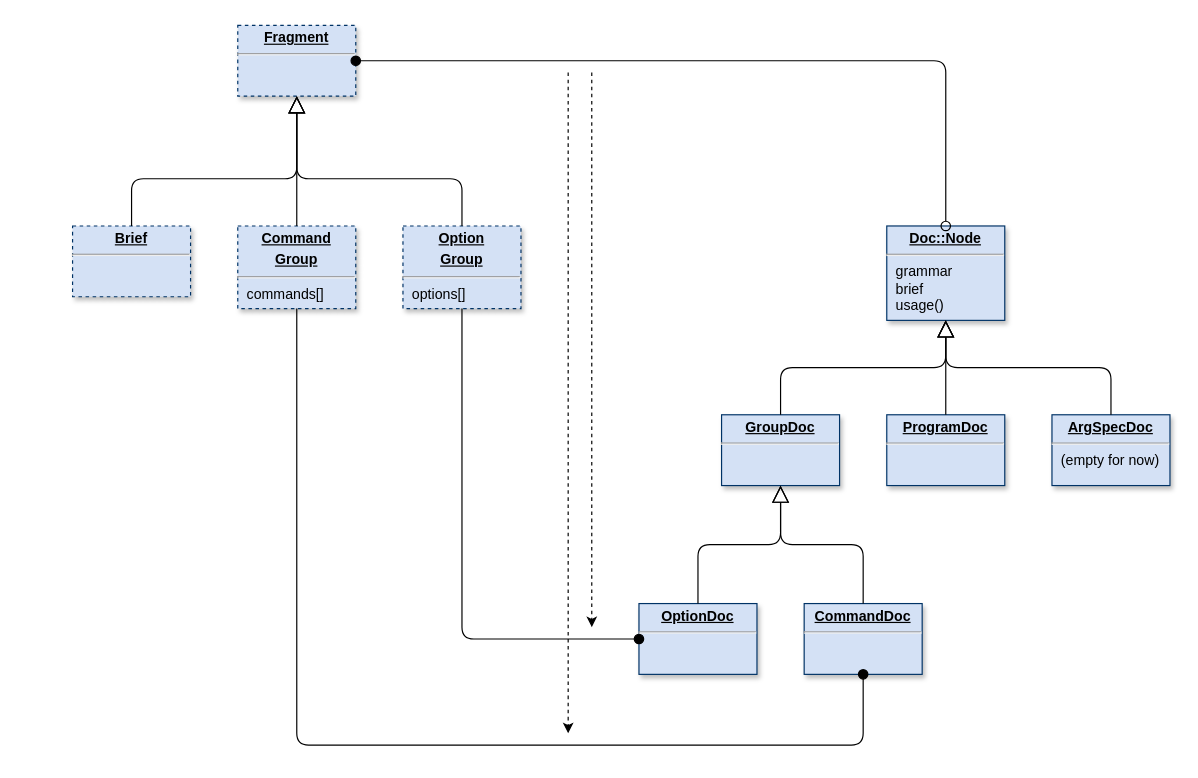
clrgit/shellopts keeps this draw.io diagram as page "Doc" (3 of 4) of doc/diagram.drawio. Above is the earlier version. Source tidied: cells renumbered, new cells numbered last; positions are measured from the earlier drawing's top-left corner, leaving out a move shared by most shapes. Both pictures are drawn from the tidied source at 118%, with x=0, y=0 at pixel (72, 25).
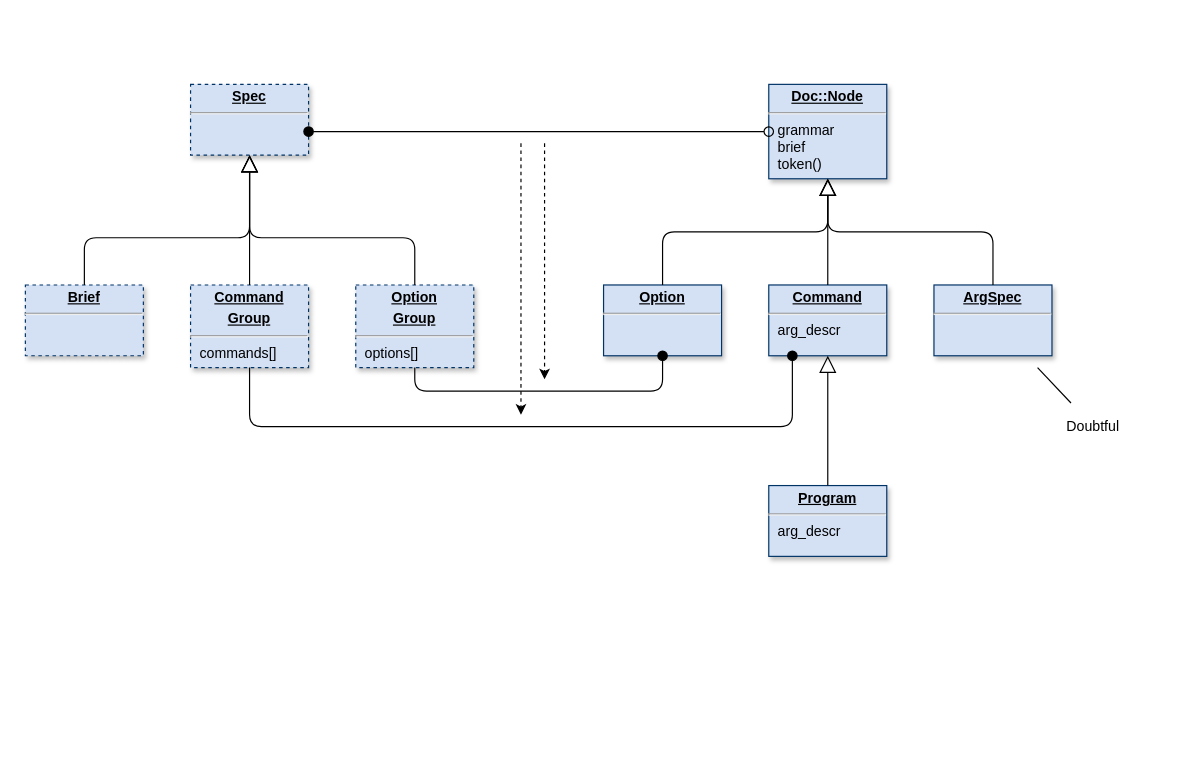
The same diagram, later.

Diff of the diagram source:
```diff
@@
+    <mxCell id="13" value="&lt;p style=&quot;margin: 0px ; margin-top: 4px ; text-align: center ; text-decoration: underline&quot;&gt;&lt;b&gt;Option&lt;/b&gt;&lt;/p&gt;&lt;hr&gt;&lt;p style=&quot;margin: 0px ; margin-left: 8px&quot;&gt;&lt;br&gt;&lt;/p&gt;" style="verticalAlign=top;align=left;overflow=fill;fontSize=12;fontFamily=Helvetica;html=1;shadow=1;strokeColor=#003366;fillColor=#D4E1F5;" parent="1" vertex="1">
+      <mxGeometry x="450" y="220" width="100" height="60" as="geometry" />
+    </mxCell>
+    <mxCell id="14" value="&lt;p style=&quot;margin: 0px ; margin-top: 4px ; text-align: center ; text-decoration: underline&quot;&gt;&lt;b&gt;Command&lt;/b&gt;&lt;/p&gt;&lt;hr&gt;&lt;p style=&quot;margin: 0px ; margin-left: 8px&quot;&gt;arg_descr&lt;/p&gt;" style="verticalAlign=top;align=left;overflow=fill;fontSize=12;fontFamily=Helvetica;html=1;shadow=1;strokeColor=#003366;fillColor=#D4E1F5;" parent="1" vertex="1">
+      <mxGeometry x="590" y="220" width="100" height="60" as="geometry" />
+    </mxCell>
-    <mxCell id="2" value="&lt;p style=&quot;margin: 0px ; margin-top: 4px ; text-align: center ; text-decoration: underline&quot;&gt;&lt;b&gt;Fragment&lt;/b&gt;&lt;/p&gt;&lt;hr&gt;&lt;p style=&quot;margin: 0px ; margin-left: 8px&quot;&gt;&lt;br&gt;&lt;/p&gt;" style="verticalAlign=top;align=left;overflow=fill;fontSize=12;fontFamily=Helvetica;html=1;shadow=1;strokeColor=#003366;fillColor=#D4E1F5;dashed=1;" parent="1" vertex="1">
-      <mxGeometry x="140" width="100" height="60" as="geometry" />
+    <mxCell id="2" value="&lt;p style=&quot;margin: 0px ; margin-top: 4px ; text-align: center ; text-decoration: underline&quot;&gt;&lt;b&gt;Spec&lt;/b&gt;&lt;/p&gt;&lt;hr&gt;&lt;p style=&quot;margin: 0px ; margin-left: 8px&quot;&gt;&lt;br&gt;&lt;/p&gt;" style="verticalAlign=top;align=left;overflow=fill;fontSize=12;fontFamily=Helvetica;html=1;shadow=1;strokeColor=#003366;fillColor=#D4E1F5;dashed=1;" parent="1" vertex="1">
+      <mxGeometry x="100" y="50" width="100" height="60" as="geometry" />
     </mxCell>
     <mxCell id="3" value="&lt;p style=&quot;margin: 0px ; margin-top: 4px ; text-align: center ; text-decoration: underline&quot;&gt;&lt;b&gt;Brief&lt;/b&gt;&lt;/p&gt;&lt;hr&gt;&lt;p style=&quot;margin: 0px ; margin-left: 8px&quot;&gt;&lt;br&gt;&lt;/p&gt;" style="verticalAlign=top;align=left;overflow=fill;fontSize=12;fontFamily=Helvetica;html=1;shadow=1;strokeColor=#003366;fillColor=#D4E1F5;dashed=1;" parent="1" vertex="1">
-      <mxGeometry y="170" width="100" height="60" as="geometry" />
+      <mxGeometry x="-40" y="220" width="100" height="60" as="geometry" />
     </mxCell>
     <mxCell id="4" value="&lt;p style=&quot;margin: 0px ; margin-top: 4px ; text-align: center ; text-decoration: underline&quot;&gt;&lt;b&gt;Option&lt;/b&gt;&lt;/p&gt;&lt;p style=&quot;margin: 0px ; margin-top: 4px ; text-align: center ; text-decoration: underline&quot;&gt;&lt;b&gt;Group&lt;/b&gt;&lt;/p&gt;&lt;hr&gt;&lt;p style=&quot;margin: 0px ; margin-left: 8px&quot;&gt;options[]&lt;/p&gt;" style="verticalAlign=top;align=left;overflow=fill;fontSize=12;fontFamily=Helvetica;html=1;shadow=1;strokeColor=#003366;fillColor=#D4E1F5;dashed=1;" parent="1" vertex="1">
-      <mxGeometry x="280" y="170" width="100" height="70" as="geometry" />
+      <mxGeometry x="240" y="220" width="100" height="70" as="geometry" />
     </mxCell>
     <mxCell id="5" value="&lt;p style=&quot;margin: 0px ; margin-top: 4px ; text-align: center ; text-decoration: underline&quot;&gt;&lt;b&gt;Command&lt;/b&gt;&lt;/p&gt;&lt;p style=&quot;margin: 0px ; margin-top: 4px ; text-align: center ; text-decoration: underline&quot;&gt;&lt;b&gt;Group&lt;/b&gt;&lt;/p&gt;&lt;hr&gt;&lt;p style=&quot;margin: 0px ; margin-left: 8px&quot;&gt;commands[]&lt;/p&gt;" style="verticalAlign=top;align=left;overflow=fill;fontSize=12;fontFamily=Helvetica;html=1;shadow=1;strokeColor=#003366;fillColor=#D4E1F5;dashed=1;" parent="1" vertex="1">
-      <mxGeometry x="140" y="170" width="100" height="70" as="geometry" />
+      <mxGeometry x="100" y="220" width="100" height="70" as="geometry" />
     </mxCell>
     <mxCell id="6" style="endArrow=block;endFill=0;endSize=12;html=1;edgeStyle=orthogonalEdgeStyle;" parent="1" edge="1" source="5" target="2">
       <mxGeometry relative="1" as="geometry">
         <Array as="points">
-          <mxPoint x="190" y="150" />
-          <mxPoint x="190" y="150" />
+          <mxPoint x="150" y="200" />
+          <mxPoint x="150" y="200" />
         </Array>
       </mxGeometry>
     </mxCell>
     <mxCell id="7" style="endArrow=block;endFill=0;endSize=12;html=1;edgeStyle=orthogonalEdgeStyle;" parent="1" edge="1" source="4" target="2">
       <mxGeometry relative="1" as="geometry">
         <Array as="points">
-          <mxPoint x="330" y="130" />
-          <mxPoint x="190" y="130" />
+          <mxPoint x="290" y="180" />
+          <mxPoint x="150" y="180" />
         </Array>
       </mxGeometry>
     </mxCell>
     <mxCell id="8" style="endArrow=block;endFill=0;endSize=12;html=1;edgeStyle=orthogonalEdgeStyle;labelBackgroundColor=#FFFFFF;" parent="1" edge="1" source="3" target="2">
       <mxGeometry relative="1" as="geometry">
         <Array as="points">
-          <mxPoint x="50" y="130" />
-          <mxPoint x="190" y="130" />
+          <mxPoint x="10" y="180" />
+          <mxPoint x="150" y="180" />
         </Array>
       </mxGeometry>
     </mxCell>
-    <mxCell id="9" value="&lt;p style=&quot;margin: 0px ; margin-top: 4px ; text-align: center ; text-decoration: underline&quot;&gt;&lt;b&gt;Doc::Node&lt;/b&gt;&lt;/p&gt;&lt;hr&gt;&lt;p style=&quot;margin: 0px ; margin-left: 8px&quot;&gt;grammar&lt;/p&gt;&lt;p style=&quot;margin: 0px ; margin-left: 8px&quot;&gt;brief&lt;/p&gt;&lt;p style=&quot;margin: 0px ; margin-left: 8px&quot;&gt;usage()&lt;/p&gt;" style="verticalAlign=top;align=left;overflow=fill;fontSize=12;fontFamily=Helvetica;html=1;shadow=1;strokeColor=#003366;fillColor=#D4E1F5;" parent="1" vertex="1">
-      <mxGeometry x="690" y="170" width="100" height="80" as="geometry" />
+    <mxCell id="9" value="&lt;p style=&quot;margin: 0px ; margin-top: 4px ; text-align: center ; text-decoration: underline&quot;&gt;&lt;b&gt;Doc::Node&lt;/b&gt;&lt;/p&gt;&lt;hr&gt;&lt;p style=&quot;margin: 0px ; margin-left: 8px&quot;&gt;grammar&lt;/p&gt;&lt;p style=&quot;margin: 0px ; margin-left: 8px&quot;&gt;brief&lt;/p&gt;&lt;p style=&quot;margin: 0px ; margin-left: 8px&quot;&gt;token()&lt;/p&gt;" style="verticalAlign=top;align=left;overflow=fill;fontSize=12;fontFamily=Helvetica;html=1;shadow=1;strokeColor=#003366;fillColor=#D4E1F5;" parent="1" vertex="1">
+      <mxGeometry x="590" y="50" width="100" height="80" as="geometry" />
     </mxCell>
     <mxCell id="10" style="endArrow=oval;endSize=8;startArrow=oval;startSize=8;startFill=0;edgeStyle=orthogonalEdgeStyle;html=1;endFill=1;labelBackgroundColor=#FFFFFF;" parent="1" edge="1" source="9" target="2">
-      <mxGeometry x="1770" y="335" as="geometry">
+      <mxGeometry x="1730" y="215" as="geometry">
         <Array as="points">
-          <mxPoint x="740" y="30" />
+          <mxPoint x="480" y="90" />
+          <mxPoint x="480" y="90" />
         </Array>
       </mxGeometry>
     </mxCell>
@@
-    <mxCell id="13" value="&lt;p style=&quot;margin: 0px ; margin-top: 4px ; text-align: center ; text-decoration: underline&quot;&gt;&lt;b&gt;OptionDoc&lt;/b&gt;&lt;/p&gt;&lt;hr&gt;&lt;p style=&quot;margin: 0px ; margin-left: 8px&quot;&gt;&lt;br&gt;&lt;/p&gt;" style="verticalAlign=top;align=left;overflow=fill;fontSize=12;fontFamily=Helvetica;html=1;shadow=1;strokeColor=#003366;fillColor=#D4E1F5;" parent="1" vertex="1">
-      <mxGeometry x="480" y="490" width="100" height="60" as="geometry" />
-    </mxCell>
-    <mxCell id="14" value="&lt;p style=&quot;margin: 0px ; margin-top: 4px ; text-align: center ; text-decoration: underline&quot;&gt;&lt;b&gt;CommandDoc&lt;/b&gt;&lt;/p&gt;&lt;hr&gt;&lt;p style=&quot;margin: 0px ; margin-left: 8px&quot;&gt;&lt;br&gt;&lt;/p&gt;" style="verticalAlign=top;align=left;overflow=fill;fontSize=12;fontFamily=Helvetica;html=1;shadow=1;strokeColor=#003366;fillColor=#D4E1F5;" parent="1" vertex="1">
-      <mxGeometry x="620" y="490" width="100" height="60" as="geometry" />
-    </mxCell>
-    <mxCell id="15" value="&lt;p style=&quot;margin: 0px ; margin-top: 4px ; text-align: center ; text-decoration: underline&quot;&gt;&lt;b&gt;ProgramDoc&lt;/b&gt;&lt;/p&gt;&lt;hr&gt;&lt;p style=&quot;margin: 0px ; margin-left: 8px&quot;&gt;&lt;br&gt;&lt;/p&gt;" style="verticalAlign=top;align=left;overflow=fill;fontSize=12;fontFamily=Helvetica;html=1;shadow=1;strokeColor=#003366;fillColor=#D4E1F5;" parent="1" vertex="1">
-      <mxGeometry x="690" y="330" width="100" height="60" as="geometry" />
+    <mxCell id="15" value="&lt;p style=&quot;margin: 0px ; margin-top: 4px ; text-align: center ; text-decoration: underline&quot;&gt;&lt;b&gt;Program&lt;/b&gt;&lt;/p&gt;&lt;hr&gt;&lt;p style=&quot;margin: 0px ; margin-left: 8px&quot;&gt;arg_descr&lt;/p&gt;" style="verticalAlign=top;align=left;overflow=fill;fontSize=12;fontFamily=Helvetica;html=1;shadow=1;strokeColor=#003366;fillColor=#D4E1F5;" parent="1" vertex="1">
+      <mxGeometry x="590" y="390" width="100" height="60" as="geometry" />
     </mxCell>
     <mxCell id="16" style="endArrow=oval;endSize=8;startArrow=none;startSize=8;startFill=0;edgeStyle=orthogonalEdgeStyle;html=1;endFill=1;labelBackgroundColor=#FFFFFF;" parent="1" edge="1" source="4" target="13">
-      <mxGeometry x="1230" y="755" as="geometry">
+      <mxGeometry x="1190" y="635" as="geometry">
         <Array as="points">
-          <mxPoint x="330" y="520" />
+          <mxPoint x="290" y="310" />
+          <mxPoint x="500" y="310" />
         </Array>
       </mxGeometry>
     </mxCell>
@@
     <mxCell id="19" style="endArrow=oval;endSize=8;startArrow=none;startSize=8;startFill=0;edgeStyle=orthogonalEdgeStyle;html=1;endFill=1;labelBackgroundColor=#FFFFFF;exitX=0.5;exitY=1;exitDx=0;exitDy=0;" parent="1" edge="1" source="5" target="14">
-      <mxGeometry x="1470" y="525" as="geometry">
+      <mxGeometry x="1430" y="405" as="geometry">
         <Array as="points">
-          <mxPoint x="190" y="610" />
-          <mxPoint x="670" y="610" />
+          <mxPoint x="150" y="340" />
+          <mxPoint x="610" y="340" />
         </Array>
       </mxGeometry>
     </mxCell>
@@
     <mxCell id="22" style="endArrow=classic;html=1;labelBackgroundColor=#FFFFFF;dashed=1;" parent="1" edge="1">
       <mxGeometry relative="1" as="geometry">
-        <mxPoint x="440" y="40" as="sourcePoint" />
-        <mxPoint x="440" y="510" as="targetPoint" />
+        <mxPoint x="400" y="100" as="sourcePoint" />
+        <mxPoint x="400" y="300" as="targetPoint" />
       </mxGeometry>
     </mxCell>
     <mxCell id="23" style="endArrow=classic;html=1;dashed=1;labelBackgroundColor=#FFFFFF;" parent="1" edge="1">
       <mxGeometry relative="1" as="geometry">
-        <mxPoint x="420" y="40" as="sourcePoint" />
-        <mxPoint x="420" y="600" as="targetPoint" />
+        <mxPoint x="380" y="100" as="sourcePoint" />
+        <mxPoint x="380" y="330" as="targetPoint" />
       </mxGeometry>
     </mxCell>
-    <mxCell id="24" style="endArrow=block;endFill=0;endSize=12;html=1;edgeStyle=orthogonalEdgeStyle;labelBackgroundColor=#FFFFFF;" parent="1" edge="1" source="15" target="9">
-      <mxGeometry relative="1" as="geometry">
-        <Array as="points">
-          <mxPoint x="740" y="270" />
-          <mxPoint x="740" y="270" />
-        </Array>
-      </mxGeometry>
-    </mxCell>
-    <mxCell id="25" value="&lt;p style=&quot;margin: 0px ; margin-top: 4px ; text-align: center ; text-decoration: underline&quot;&gt;&lt;b&gt;GroupDoc&lt;/b&gt;&lt;/p&gt;&lt;hr&gt;&lt;p style=&quot;margin: 0px ; margin-left: 8px&quot;&gt;&lt;br&gt;&lt;/p&gt;" style="verticalAlign=top;align=left;overflow=fill;fontSize=12;fontFamily=Helvetica;html=1;shadow=1;strokeColor=#003366;fillColor=#D4E1F5;" parent="1" vertex="1">
-      <mxGeometry x="550" y="330" width="100" height="60" as="geometry" />
-    </mxCell>
-    <mxCell id="26" style="endArrow=block;endFill=0;endSize=12;html=1;edgeStyle=orthogonalEdgeStyle;labelBackgroundColor=#FFFFFF;" parent="1" edge="1" source="25" target="9">
-      <mxGeometry relative="1" as="geometry">
-        <Array as="points">
-          <mxPoint x="600" y="290" />
-          <mxPoint x="740" y="290" />
-        </Array>
-      </mxGeometry>
-    </mxCell>
-    <mxCell id="27" style="endArrow=block;endFill=0;endSize=12;html=1;edgeStyle=orthogonalEdgeStyle;labelBackgroundColor=#FFFFFF;" parent="1" edge="1" source="13" target="25">
+    <mxCell id="27" style="endArrow=block;endFill=0;endSize=12;html=1;edgeStyle=orthogonalEdgeStyle;labelBackgroundColor=#FFFFFF;" parent="1" edge="1" source="14" target="9">
       <mxGeometry relative="1" as="geometry" />
     </mxCell>
-    <mxCell id="28" style="endArrow=block;endFill=0;endSize=12;html=1;edgeStyle=orthogonalEdgeStyle;labelBackgroundColor=#FFFFFF;" parent="1" edge="1" source="14" target="25">
-      <mxGeometry relative="1" as="geometry" />
-    </mxCell>
-    <mxCell id="29" value="&lt;p style=&quot;margin: 0px ; margin-top: 4px ; text-align: center ; text-decoration: underline&quot;&gt;&lt;b&gt;ArgSpecDoc&lt;/b&gt;&lt;/p&gt;&lt;hr&gt;&lt;p style=&quot;margin: 0px ; margin-left: 8px&quot;&gt;(empty for now)&lt;/p&gt;" style="verticalAlign=top;align=left;overflow=fill;fontSize=12;fontFamily=Helvetica;html=1;shadow=1;strokeColor=#003366;fillColor=#D4E1F5;" parent="1" vertex="1">
-      <mxGeometry x="830" y="330" width="100" height="60" as="geometry" />
+    <mxCell id="29" value="&lt;p style=&quot;margin: 0px ; margin-top: 4px ; text-align: center ; text-decoration: underline&quot;&gt;&lt;b&gt;ArgSpec&lt;/b&gt;&lt;/p&gt;&lt;hr&gt;&lt;p style=&quot;margin: 0px ; margin-left: 8px&quot;&gt;&lt;br&gt;&lt;/p&gt;" style="verticalAlign=top;align=left;overflow=fill;fontSize=12;fontFamily=Helvetica;html=1;shadow=1;strokeColor=#003366;fillColor=#D4E1F5;whiteSpace=wrap;" parent="1" vertex="1">
+      <mxGeometry x="730" y="220" width="100" height="60" as="geometry" />
     </mxCell>
+    <mxCell id="31" style="endArrow=none;html=1;sourcePerimeterSpacing=10;startSize=0;targetPerimeterSpacing=10;labelBackgroundColor=#FFFFFF;" parent="1" edge="1" source="29" target="32">
+      <mxGeometry relative="1" as="geometry" />
+    </mxCell>
+    <mxCell id="32" value="Doubtful" style="text;html=1;strokeColor=none;fillColor=none;align=center;verticalAlign=middle;whiteSpace=wrap;rounded=0;labelPosition=center;verticalLabelPosition=middle;" parent="1" vertex="1">
+      <mxGeometry x="810" y="330" width="110" height="20" as="geometry" />
+    </mxCell>
+    <mxCell id="33" style="endArrow=block;endFill=0;endSize=12;html=1;edgeStyle=elbowEdgeStyle;labelBackgroundColor=#FFFFFF;elbow=vertical;" parent="1" edge="1" source="13" target="9">
+      <mxGeometry relative="1" as="geometry" />
+    </mxCell>
-    <mxCell id="30" style="endArrow=block;endFill=0;endSize=12;html=1;edgeStyle=orthogonalEdgeStyle;labelBackgroundColor=#FFFFFF;" parent="1" edge="1" source="29" target="9">
-      <mxGeometry relative="1" as="geometry">
-        <Array as="points">
-          <mxPoint x="880" y="290" />
-          <mxPoint x="740" y="290" />
-        </Array>
-      </mxGeometry>
+    <mxCell id="30" style="endArrow=block;endFill=0;endSize=12;html=1;edgeStyle=elbowEdgeStyle;labelBackgroundColor=#FFFFFF;elbow=vertical;" parent="1" edge="1" source="29" target="9">
+      <mxGeometry relative="1" as="geometry" />
     </mxCell>
+    <mxCell id="34" style="endArrow=block;endFill=0;endSize=12;html=1;edgeStyle=elbowEdgeStyle;labelBackgroundColor=#FFFFFF;elbow=vertical;" parent="1" edge="1" source="15" target="14">
+      <mxGeometry relative="1" as="geometry" />
+    </mxCell>
```
